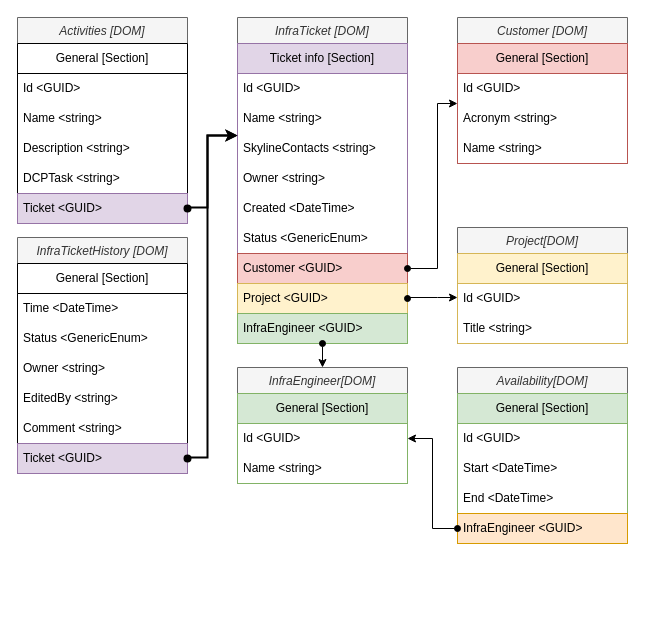
Earlier version of the draw.io diagram DOM_Design.drawio (jarnevynckier/DOM_Design). Source tidied: cells renumbered, new cells numbered last; positions are measured from the earlier drawing's top-left corner, leaving out a move shared by most shapes. Both pictures are drawn from the tidied source at 100%, with x=0, y=0 at pixel (17, 17).
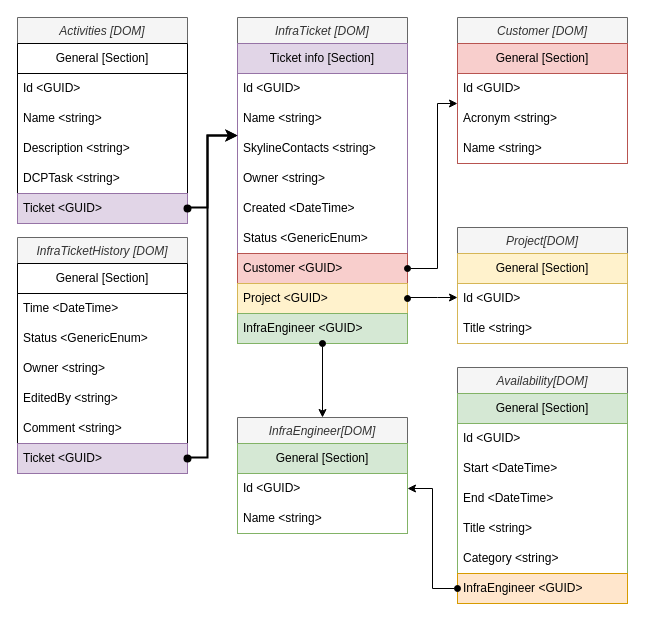
Above is the later version.

Change to the diagram source:
```diff
@@
     <mxCell id="41" value="Availability[DOM]" style="swimlane;fontStyle=2;align=center;verticalAlign=top;horizontal=1;startSize=26;rounded=0;shadow=0;strokeWidth=1;fillColor=#f5f5f5;fontColor=#333333;strokeColor=#666666;" parent="1" vertex="1">
-      <mxGeometry x="440" y="350" width="170" height="176" as="geometry" />
+      <mxGeometry x="440" y="350" width="170" height="236" as="geometry" />
     </mxCell>
     <mxCell id="42" value="General [Section]" style="swimlane;fontStyle=0;horizontal=1;startSize=30;whiteSpace=wrap;html=1;fillColor=#d5e8d4;strokeColor=#82b366;" parent="41" vertex="1">
-      <mxGeometry y="26" width="170" height="150" as="geometry" />
+      <mxGeometry y="26" width="170" height="210" as="geometry" />
     </mxCell>
@@
+    <mxCell id="53" value="Title &amp;lt;string&amp;gt;" style="text;align=left;verticalAlign=middle;spacingLeft=4;spacingRight=4;overflow=hidden;whiteSpace=wrap;html=1;" parent="42" vertex="1">
+      <mxGeometry y="120" width="170" height="30" as="geometry" />
+    </mxCell>
+    <mxCell id="54" value="Category &amp;lt;string&amp;gt;" style="text;align=left;verticalAlign=middle;spacingLeft=4;spacingRight=4;overflow=hidden;whiteSpace=wrap;html=1;" parent="42" vertex="1">
+      <mxGeometry y="150" width="170" height="30" as="geometry" />
+    </mxCell>
     <mxCell id="46" value="InfraEngineer &amp;lt;GUID&amp;gt;" style="text;align=left;verticalAlign=middle;spacingLeft=4;spacingRight=4;overflow=hidden;points=[[0,0.5],[1,0.5]];portConstraint=eastwest;whiteSpace=wrap;html=1;fillColor=#ffe6cc;strokeColor=#d79b00;" parent="42" vertex="1">
-      <mxGeometry y="120" width="170" height="30" as="geometry" />
+      <mxGeometry y="180" width="170" height="30" as="geometry" />
     </mxCell>
     <mxCell id="47" value="InfraEngineer[DOM]" style="swimlane;fontStyle=2;align=center;verticalAlign=top;horizontal=1;startSize=26;rounded=0;shadow=0;strokeWidth=1;fillColor=#f5f5f5;fontColor=#333333;strokeColor=#666666;" parent="1" vertex="1">
-      <mxGeometry x="220" y="350" width="170" height="116" as="geometry" />
+      <mxGeometry x="220" y="400" width="170" height="116" as="geometry" />
     </mxCell>
```
